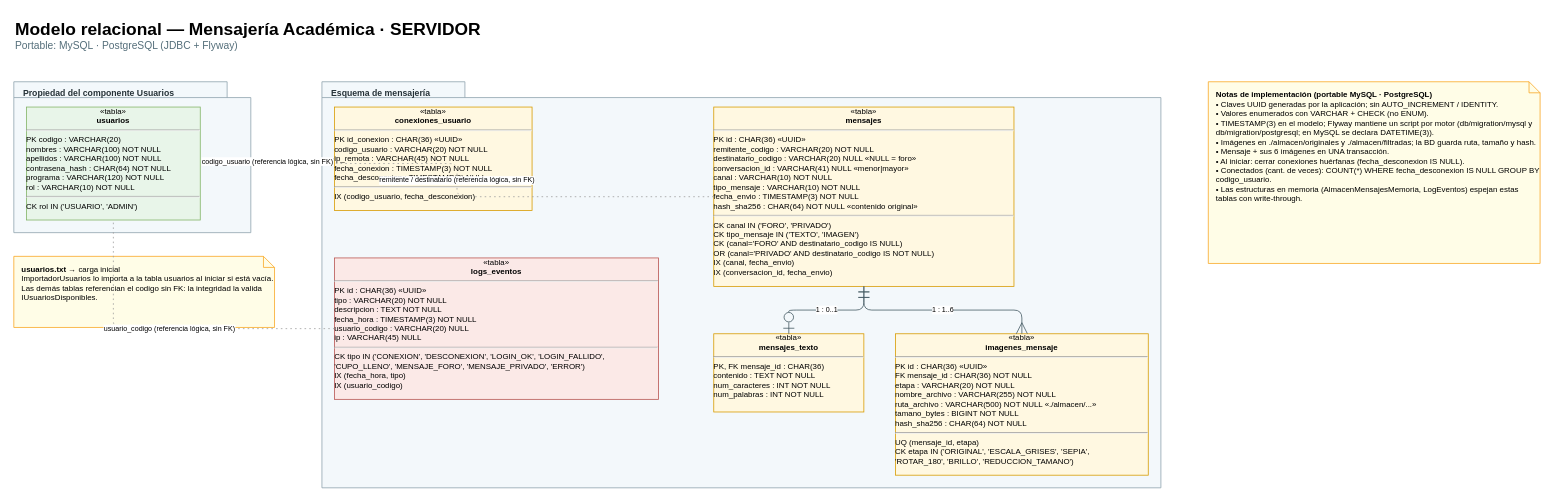
Earlier version of the draw.io diagram diagramas de arquitectura/modelo_relacional.drawio (stevensl03/Mensajer-a-Cliente-Servidor). Source tidied: cells renumbered, new cells numbered last; positions are measured from the earlier drawing's top-left corner, leaving out a move shared by most shapes. Both pictures are drawn from the tidied source at 79%, with x=0, y=0 at pixel (13, 13).
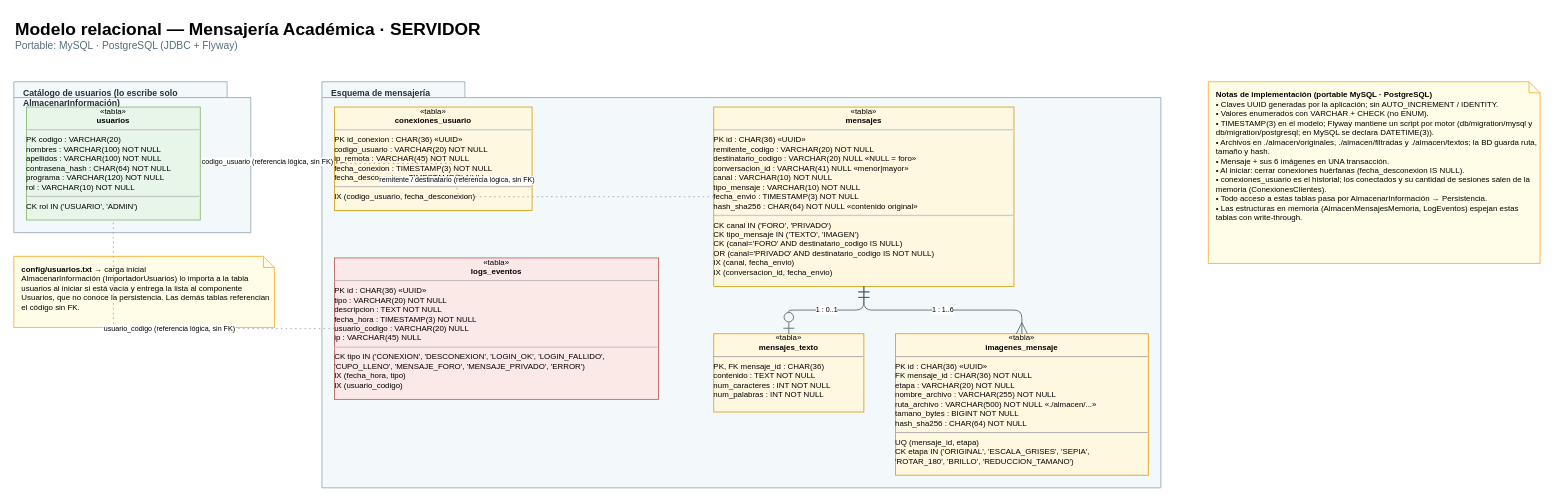
After the change.

Change to the diagram source:
```diff
@@
 <mxGraphModel background="#FFFFFF">
   <root>
     <mxCell id="0" />
     <mxCell id="1" parent="0" />
     <mxCell id="2" value="Esquema de mensajería" style="shape=folder;tabPosition=left;tabHeight=20;fillColor=#F3F8FB;strokeColor=#90A4AE;verticalAlign=top;align=left;spacingLeft=10;spacingTop=1;fontSize=11;fontStyle=1;fontColor=#263238;html=1;whiteSpace=wrap;tabWidth=181;" parent="1" vertex="1">
       <mxGeometry x="390" y="86" width="1062" height="514" as="geometry" />
     </mxCell>
-    <mxCell id="3" value="Propiedad del componente Usuarios" style="shape=folder;tabPosition=left;tabHeight=20;fillColor=#F3F8FB;strokeColor=#90A4AE;verticalAlign=top;align=left;spacingLeft=10;spacingTop=1;fontSize=11;fontStyle=1;fontColor=#263238;html=1;whiteSpace=wrap;tabWidth=270;" parent="1" vertex="1">
+    <mxCell id="3" value="Catálogo de usuarios (lo escribe solo AlmacenarInformación)" style="shape=folder;tabPosition=left;tabHeight=20;fillColor=#F3F8FB;strokeColor=#90A4AE;verticalAlign=top;align=left;spacingLeft=10;spacingTop=1;fontSize=11;fontStyle=1;fontColor=#263238;html=1;whiteSpace=wrap;tabWidth=270;" parent="1" vertex="1">
       <mxGeometry y="86" width="300" height="191" as="geometry" />
     </mxCell>
     <mxCell id="4" value="&lt;div align=&quot;center&quot;&gt;«tabla»&lt;br&gt;&lt;b&gt;usuarios&lt;/b&gt;&lt;/div&gt;&lt;hr&gt;PK  codigo : VARCHAR(20)&lt;br&gt;nombres : VARCHAR(100) NOT NULL&lt;br&gt;apellidos : VARCHAR(100) NOT NULL&lt;br&gt;contrasena_hash : CHAR(64) NOT NULL&lt;br&gt;programa : VARCHAR(120) NOT NULL&lt;br&gt;rol : VARCHAR(10) NOT NULL&lt;hr&gt;CK  rol IN ('USUARIO', 'ADMIN')" style="html=1;whiteSpace=wrap;align=left;verticalAlign=top;overflow=fill;spacingLeft=6;fontSize=10;fillColor=#E8F5E9;strokeColor=#82B366;" parent="1" vertex="1">
       <mxGeometry x="16" y="118" width="220" height="143" as="geometry" />
     </mxCell>
     <mxCell id="5" value="&lt;div align=&quot;center&quot;&gt;«tabla»&lt;br&gt;&lt;b&gt;conexiones_usuario&lt;/b&gt;&lt;/div&gt;&lt;hr&gt;PK  id_conexion : CHAR(36)  «UUID»&lt;br&gt;codigo_usuario : VARCHAR(20) NOT NULL&lt;br&gt;ip_remota : VARCHAR(45) NOT NULL&lt;br&gt;fecha_conexion : TIMESTAMP(3) NOT NULL&lt;br&gt;fecha_desconexion : TIMESTAMP(3) NULL&lt;hr&gt;IX  (codigo_usuario, fecha_desconexion)" style="html=1;whiteSpace=wrap;align=left;verticalAlign=top;overflow=fill;spacingLeft=6;fontSize=10;fillColor=#FFF8E1;strokeColor=#D79B00;" parent="1" vertex="1">
       <mxGeometry x="406" y="118" width="250" height="131" as="geometry" />
     </mxCell>
     <mxCell id="6" value="&lt;div align=&quot;center&quot;&gt;«tabla»&lt;br&gt;&lt;b&gt;mensajes&lt;/b&gt;&lt;/div&gt;&lt;hr&gt;PK  id : CHAR(36)  «UUID»&lt;br&gt;remitente_codigo : VARCHAR(20) NOT NULL&lt;br&gt;destinatario_codigo : VARCHAR(20) NULL  «NULL = foro»&lt;br&gt;conversacion_id : VARCHAR(41) NULL  «menor|mayor»&lt;br&gt;canal : VARCHAR(10) NOT NULL&lt;br&gt;tipo_mensaje : VARCHAR(10) NOT NULL&lt;br&gt;fecha_envio : TIMESTAMP(3) NOT NULL&lt;br&gt;hash_sha256 : CHAR(64) NOT NULL  «contenido original»&lt;hr&gt;CK  canal IN ('FORO', 'PRIVADO')&lt;br&gt;CK  tipo_mensaje IN ('TEXTO', 'IMAGEN')&lt;br&gt;CK  (canal='FORO' AND destinatario_codigo IS NULL)&lt;br&gt;       OR (canal='PRIVADO' AND destinatario_codigo IS NOT NULL)&lt;br&gt;IX  (canal, fecha_envio)&lt;br&gt;IX  (conversacion_id, fecha_envio)" style="html=1;whiteSpace=wrap;align=left;verticalAlign=top;overflow=fill;spacingLeft=6;fontSize=10;fillColor=#FFF8E1;strokeColor=#D79B00;" parent="1" vertex="1">
       <mxGeometry x="886" y="118" width="380" height="227" as="geometry" />
     </mxCell>
     <mxCell id="7" value="&lt;div align=&quot;center&quot;&gt;«tabla»&lt;br&gt;&lt;b&gt;mensajes_texto&lt;/b&gt;&lt;/div&gt;&lt;hr&gt;PK, FK  mensaje_id : CHAR(36)&lt;br&gt;contenido : TEXT NOT NULL&lt;br&gt;num_caracteres : INT NOT NULL&lt;br&gt;num_palabras : INT NOT NULL" style="html=1;whiteSpace=wrap;align=left;verticalAlign=top;overflow=fill;spacingLeft=6;fontSize=10;fillColor=#FFF8E1;strokeColor=#D79B00;" parent="1" vertex="1">
       <mxGeometry x="886" y="405" width="190" height="99" as="geometry" />
     </mxCell>
     <mxCell id="8" value="&lt;div align=&quot;center&quot;&gt;«tabla»&lt;br&gt;&lt;b&gt;imagenes_mensaje&lt;/b&gt;&lt;/div&gt;&lt;hr&gt;PK  id : CHAR(36)  «UUID»&lt;br&gt;FK  mensaje_id : CHAR(36) NOT NULL&lt;br&gt;etapa : VARCHAR(20) NOT NULL&lt;br&gt;nombre_archivo : VARCHAR(255) NOT NULL&lt;br&gt;ruta_archivo : VARCHAR(500) NOT NULL  «./almacen/...»&lt;br&gt;tamano_bytes : BIGINT NOT NULL&lt;br&gt;hash_sha256 : CHAR(64) NOT NULL&lt;hr&gt;UQ  (mensaje_id, etapa)&lt;br&gt;CK  etapa IN ('ORIGINAL', 'ESCALA_GRISES', 'SEPIA',&lt;br&gt;       'ROTAR_180', 'BRILLO', 'REDUCCION_TAMANO')" style="html=1;whiteSpace=wrap;align=left;verticalAlign=top;overflow=fill;spacingLeft=6;fontSize=10;fillColor=#FFF8E1;strokeColor=#D79B00;" parent="1" vertex="1">
       <mxGeometry x="1116" y="405" width="320" height="179" as="geometry" />
     </mxCell>
     <mxCell id="9" value="&lt;div align=&quot;center&quot;&gt;«tabla»&lt;br&gt;&lt;b&gt;logs_eventos&lt;/b&gt;&lt;/div&gt;&lt;hr&gt;PK  id : CHAR(36)  «UUID»&lt;br&gt;tipo : VARCHAR(20) NOT NULL&lt;br&gt;descripcion : TEXT NOT NULL&lt;br&gt;fecha_hora : TIMESTAMP(3) NOT NULL&lt;br&gt;usuario_codigo : VARCHAR(20) NULL&lt;br&gt;ip : VARCHAR(45) NULL&lt;hr&gt;CK  tipo IN ('CONEXION', 'DESCONEXION', 'LOGIN_OK', 'LOGIN_FALLIDO',&lt;br&gt;       'CUPO_LLENO', 'MENSAJE_FORO', 'MENSAJE_PRIVADO', 'ERROR')&lt;br&gt;IX  (fecha_hora, tipo)&lt;br&gt;IX  (usuario_codigo)" style="html=1;whiteSpace=wrap;align=left;verticalAlign=top;overflow=fill;spacingLeft=6;fontSize=10;fillColor=#FBE9E7;strokeColor=#B85450;" parent="1" vertex="1">
       <mxGeometry x="406" y="309" width="410" height="179" as="geometry" />
     </mxCell>
-    <mxCell id="10" value="&lt;b&gt;usuarios.txt&lt;/b&gt; → carga inicial&lt;br&gt;ImportadorUsuarios lo importa a la tabla usuarios al iniciar si está vacía. Las demás tablas referencian el codigo sin FK: la integridad la valida IUsuariosDisponibles." style="shape=note;size=14;align=left;verticalAlign=top;spacingLeft=8;spacingTop=4;fillColor=#FFFDE7;strokeColor=#F9A825;fontSize=10;html=1;whiteSpace=wrap;" parent="1" vertex="1">
+    <mxCell id="10" value="&lt;b&gt;config/usuarios.txt&lt;/b&gt; → carga inicial&lt;br&gt;AlmacenarInformación (ImportadorUsuarios) lo importa a la tabla usuarios al iniciar si está vacía y entrega la lista al componente Usuarios, que no conoce la persistencia. Las demás tablas referencian el código sin FK." style="shape=note;size=14;align=left;verticalAlign=top;spacingLeft=8;spacingTop=4;fillColor=#FFFDE7;strokeColor=#F9A825;fontSize=10;html=1;whiteSpace=wrap;" parent="1" vertex="1">
       <mxGeometry y="307" width="330" height="90" as="geometry" />
     </mxCell>
-    <mxCell id="11" value="&lt;b&gt;Notas de implementación (portable MySQL · PostgreSQL)&lt;/b&gt;&lt;br&gt;• Claves UUID generadas por la aplicación; sin AUTO_INCREMENT / IDENTITY.&lt;br&gt;• Valores enumerados con VARCHAR + CHECK (no ENUM).&lt;br&gt;• TIMESTAMP(3) en el modelo; Flyway mantiene un script por motor (db/migration/mysql y db/migration/postgresql; en MySQL se declara DATETIME(3)).&lt;br&gt;• Imágenes en ./almacen/originales y ./almacen/filtradas; la BD guarda ruta, tamaño y hash.&lt;br&gt;• Mensaje + sus 6 imágenes en UNA transacción.&lt;br&gt;• Al iniciar: cerrar conexiones huérfanas (fecha_desconexion IS NULL).&lt;br&gt;• Conectados (cant. de veces): COUNT(*) WHERE fecha_desconexion IS NULL GROUP BY codigo_usuario.&lt;br&gt;• Las estructuras en memoria (AlmacenMensajesMemoria, LogEventos) espejan estas tablas con write-through." style="shape=note;size=14;align=left;verticalAlign=top;spacingLeft=8;spacingTop=4;fillColor=#FFFDE7;strokeColor=#F9A825;fontSize=10;html=1;whiteSpace=wrap;" parent="1" vertex="1">
+    <mxCell id="11" value="&lt;b&gt;Notas de implementación (portable MySQL · PostgreSQL)&lt;/b&gt;&lt;br&gt;• Claves UUID generadas por la aplicación; sin AUTO_INCREMENT / IDENTITY.&lt;br&gt;• Valores enumerados con VARCHAR + CHECK (no ENUM).&lt;br&gt;• TIMESTAMP(3) en el modelo; Flyway mantiene un script por motor (db/migration/mysql y db/migration/postgresql; en MySQL se declara DATETIME(3)).&lt;br&gt;• Archivos en ./almacen/originales, ./almacen/filtradas y ./almacen/textos; la BD guarda ruta, tamaño y hash.&lt;br&gt;• Mensaje + sus 6 imágenes en UNA transacción.&lt;br&gt;• Al iniciar: cerrar conexiones huérfanas (fecha_desconexion IS NULL).&lt;br&gt;• conexiones_usuario es el historial; los conectados y su cantidad de sesiones salen de la memoria (ConexionesClientes).&lt;br&gt;• Todo acceso a estas tablas pasa por AlmacenarInformación → Persistencia.&lt;br&gt;• Las estructuras en memoria (AlmacenMensajesMemoria, LogEventos) espejan estas tablas con write-through." style="shape=note;size=14;align=left;verticalAlign=top;spacingLeft=8;spacingTop=4;fillColor=#FFFDE7;strokeColor=#F9A825;fontSize=10;html=1;whiteSpace=wrap;" parent="1" vertex="1">
       <mxGeometry x="1512" y="86" width="420" height="230" as="geometry" />
     </mxCell>
     <mxCell id="12" value="&lt;b style='font-size:22px'&gt;Modelo relacional — Mensajería Académica · SERVIDOR&lt;/b&gt;&lt;br&gt;&lt;span style='font-size:13px;color:#546E7A'&gt;Portable: MySQL · PostgreSQL (JDBC + Flyway)&lt;/span&gt;" style="text;align=left;verticalAlign=top;fontSize=12;strokeColor=none;fillColor=none;html=1;whiteSpace=wrap;" parent="1" vertex="1">
       <mxGeometry width="1100" height="56" as="geometry" />
     </mxCell>
     <mxCell id="13" value="1 : 0..1" style="edgeStyle=orthogonalEdgeStyle;html=1;fontSize=9;startArrow=ERzeroToOne;startFill=0;endArrow=ERmandOne;endFill=0;startSize=12;endSize=12;strokeColor=#455A64;" parent="1" edge="1" source="7" target="6">
       <mxGeometry relative="1" as="geometry" />
     </mxCell>
     <mxCell id="14" value="1 : 1..6" style="edgeStyle=orthogonalEdgeStyle;html=1;fontSize=9;startArrow=ERmany;startFill=0;endArrow=ERmandOne;endFill=0;startSize=12;endSize=12;strokeColor=#455A64;" parent="1" edge="1" source="8" target="6">
       <mxGeometry relative="1" as="geometry" />
     </mxCell>
     <mxCell id="15" value="remitente / destinatario  (referencia lógica, sin FK)" style="edgeStyle=orthogonalEdgeStyle;html=1;fontSize=9;endArrow=none;dashed=1;dashPattern=2 4;strokeColor=#9E9E9E;" parent="1" edge="1" source="6" target="4">
       <mxGeometry relative="1" as="geometry" />
     </mxCell>
     <mxCell id="16" value="codigo_usuario  (referencia lógica, sin FK)" style="edgeStyle=orthogonalEdgeStyle;html=1;fontSize=9;endArrow=none;dashed=1;dashPattern=2 4;strokeColor=#9E9E9E;" parent="1" edge="1" source="5" target="4">
       <mxGeometry relative="1" as="geometry" />
     </mxCell>
     <mxCell id="17" value="usuario_codigo  (referencia lógica, sin FK)" style="edgeStyle=orthogonalEdgeStyle;html=1;fontSize=9;endArrow=none;dashed=1;dashPattern=2 4;strokeColor=#9E9E9E;" parent="1" edge="1" source="9" target="4">
       <mxGeometry relative="1" as="geometry" />
     </mxCell>
   </root>
 </mxGraphModel>
```
